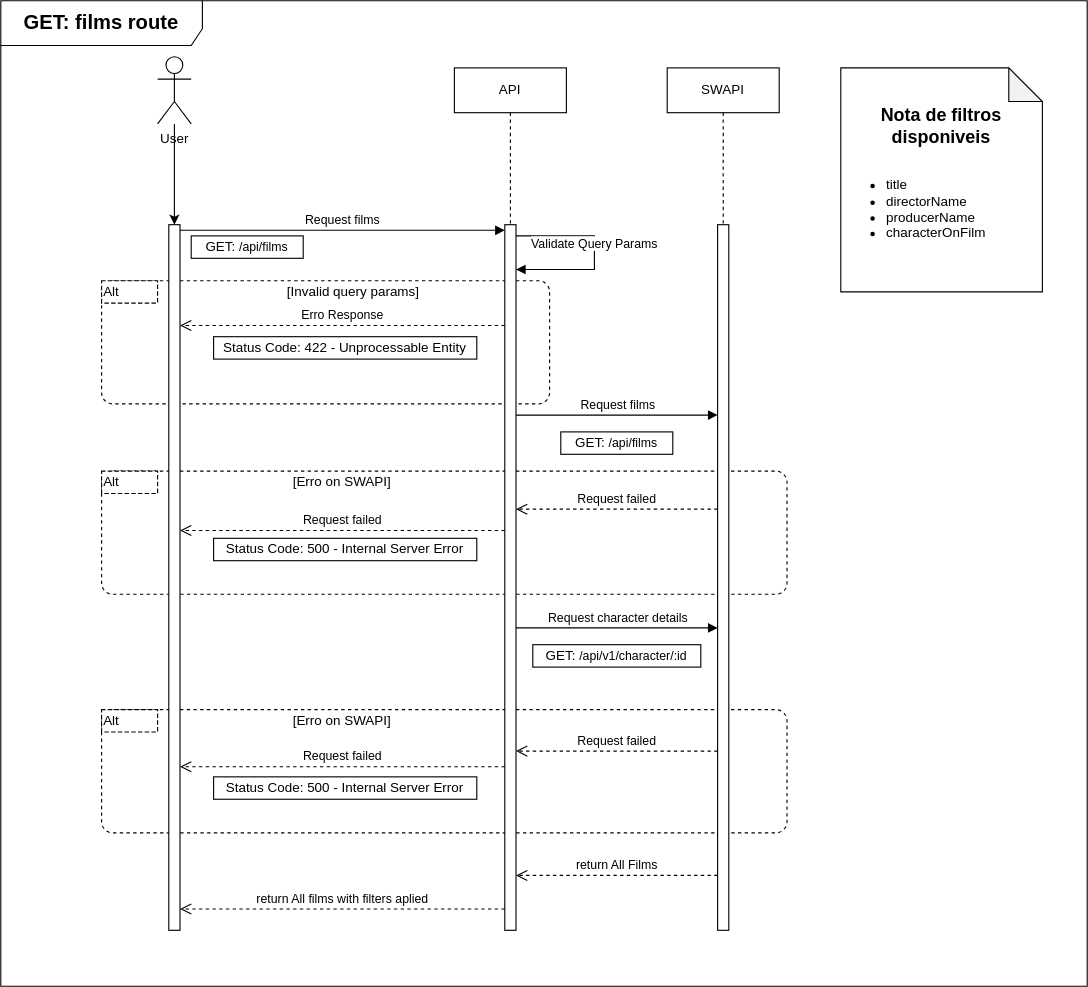
KhovetS2/starwars-api keeps this draw.io diagram as docs/diagrams/Diagrama de rotas Films.svg. Above is the earlier version. Source tidied: cells renumbered, new cells last; positions are measured from the earlier drawing's top-left corner, leaving out a move shared by most shapes.
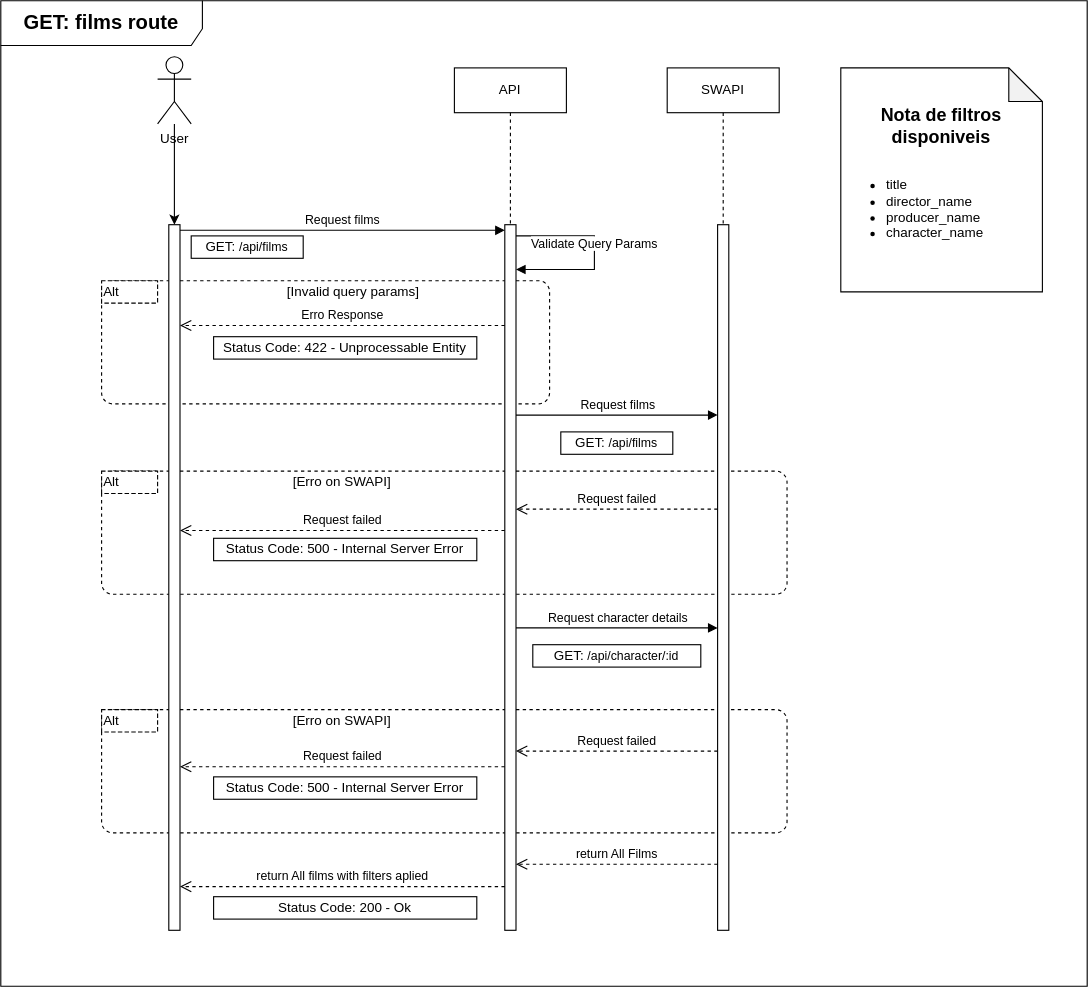
The same file after the commit.

Change to the diagram source:
```diff
@@ -19,8 +19,8 @@
     </mxCell>
     <mxCell id="7" value="return All films with filters aplied" style="html=1;verticalAlign=bottom;endArrow=open;dashed=1;endSize=8;curved=0;rounded=0;" parent="1" edge="1">
       <mxGeometry relative="1" as="geometry">
-        <mxPoint x="450" y="811" as="sourcePoint" />
-        <mxPoint x="160" y="811" as="targetPoint" />
+        <mxPoint x="450" y="791" as="sourcePoint" />
+        <mxPoint x="160" y="791" as="targetPoint" />
       </mxGeometry>
     </mxCell>
     <mxCell id="8" style="html=1;perimeter=orthogonalPerimeter;targetShapes=umlLifeline;newEdgeStyle={&quot;curved&quot;:0,&quot;rounded&quot;:0};" parent="1" vertex="1">
@@ -34,8 +34,8 @@
     </mxCell>
     <mxCell id="10" value="return All Films" style="html=1;verticalAlign=bottom;endArrow=open;dashed=1;endSize=8;curved=0;rounded=0;" parent="1" edge="1">
       <mxGeometry relative="1" as="geometry">
-        <mxPoint x="640" y="781" as="sourcePoint" />
-        <mxPoint x="460" y="781" as="targetPoint" />
+        <mxPoint x="640" y="771" as="sourcePoint" />
+        <mxPoint x="460" y="771" as="targetPoint" />
       </mxGeometry>
     </mxCell>
     <mxCell id="11" value="API" style="shape=umlLifeline;perimeter=lifelinePerimeter;whiteSpace=wrap;html=1;newEdgeStyle={&quot;curved&quot;:0,&quot;rounded&quot;:0};" parent="1" vertex="1">
@@ -82,7 +82,7 @@
     <mxCell id="23" value="[Erro on SWAPI]" style="text;html=1;whiteSpace=wrap;strokeColor=none;fillColor=none;align=center;verticalAlign=middle;rounded=0;" parent="1" vertex="1">
       <mxGeometry x="260" y="420" width="90" height="20" as="geometry" />
     </mxCell>
-    <mxCell id="24" value="&lt;font style=&quot;font-size: 16px;&quot;&gt;&lt;b&gt;Nota de filtros disponiveis&lt;/b&gt;&lt;/font&gt;&lt;div&gt;&lt;br&gt;&lt;/div&gt;&lt;div&gt;&lt;ul&gt;&lt;li style=&quot;text-align: left;&quot;&gt;title&lt;/li&gt;&lt;li style=&quot;text-align: left;&quot;&gt;directorName&lt;/li&gt;&lt;li style=&quot;text-align: left;&quot;&gt;producerName&lt;/li&gt;&lt;li style=&quot;text-align: left;&quot;&gt;characterOnFilm&lt;/li&gt;&lt;/ul&gt;&lt;/div&gt;" style="shape=note;whiteSpace=wrap;html=1;backgroundOutline=1;darkOpacity=0.05;" parent="1" vertex="1">
+    <mxCell id="24" value="&lt;font style=&quot;font-size: 16px;&quot;&gt;&lt;b&gt;Nota de filtros disponiveis&lt;/b&gt;&lt;/font&gt;&lt;div&gt;&lt;br&gt;&lt;/div&gt;&lt;div&gt;&lt;ul&gt;&lt;li style=&quot;text-align: left;&quot;&gt;title&lt;/li&gt;&lt;li style=&quot;text-align: left;&quot;&gt;director_name&lt;/li&gt;&lt;li style=&quot;text-align: left;&quot;&gt;producer_name&lt;/li&gt;&lt;li style=&quot;text-align: left;&quot;&gt;character_name&lt;/li&gt;&lt;/ul&gt;&lt;/div&gt;" style="shape=note;whiteSpace=wrap;html=1;backgroundOutline=1;darkOpacity=0.05;" parent="1" vertex="1">
       <mxGeometry x="750" y="60" width="180" height="200" as="geometry" />
     </mxCell>
     <mxCell id="25" value="Alt" style="shape=partialRectangle;html=1;top=1;align=left;dashed=1;" parent="1" vertex="1">
@@ -100,7 +100,7 @@
         <mxPoint x="640" y="560" as="targetPoint" />
       </mxGeometry>
     </mxCell>
-    <mxCell id="29" value="GET:&amp;nbsp;&lt;span style=&quot;font-size: 11px; text-wrap-mode: nowrap;&quot;&gt;/api/v1/character/:id&lt;/span&gt;" style="rounded=0;whiteSpace=wrap;html=1;" parent="1" vertex="1">
+    <mxCell id="29" value="GET:&amp;nbsp;&lt;span style=&quot;font-size: 11px; text-wrap-mode: nowrap;&quot;&gt;/api/character/:id&lt;/span&gt;" style="rounded=0;whiteSpace=wrap;html=1;" parent="1" vertex="1">
       <mxGeometry x="475" y="575" width="150" height="20" as="geometry" />
     </mxCell>
     <mxCell id="30" value="&lt;b&gt;&lt;font style=&quot;font-size: 18px;&quot;&gt;GET: films route&lt;/font&gt;&lt;/b&gt;" style="shape=umlFrame;whiteSpace=wrap;html=1;width=180;height=40;" parent="1" vertex="1">
@@ -146,5 +146,8 @@
         <mxPoint x="160" y="290" as="targetPoint" />
       </mxGeometry>
     </mxCell>
+    <mxCell id="37" value="Status Code: 200 - Ok" style="rounded=0;whiteSpace=wrap;html=1;" parent="1" vertex="1">
+      <mxGeometry x="190" y="800" width="235" height="20" as="geometry" />
+    </mxCell>
   </root>
 </mxGraphModel>
```
